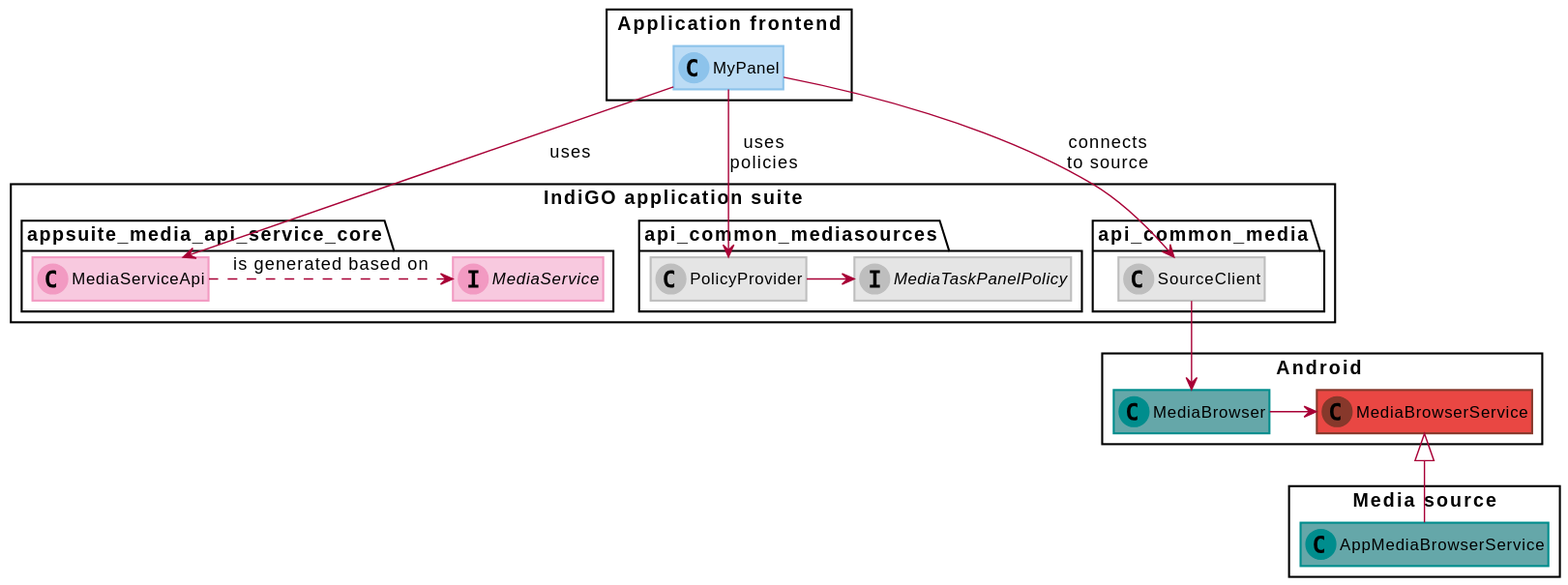
The PlantUML diagram docs/portal/src/documentation/development/platform-domains/images/media_domain-detailed-overview.svg in IngoHaumann-TomTom/tomtom-digital-cockpit-sdk-examples, before a commit.
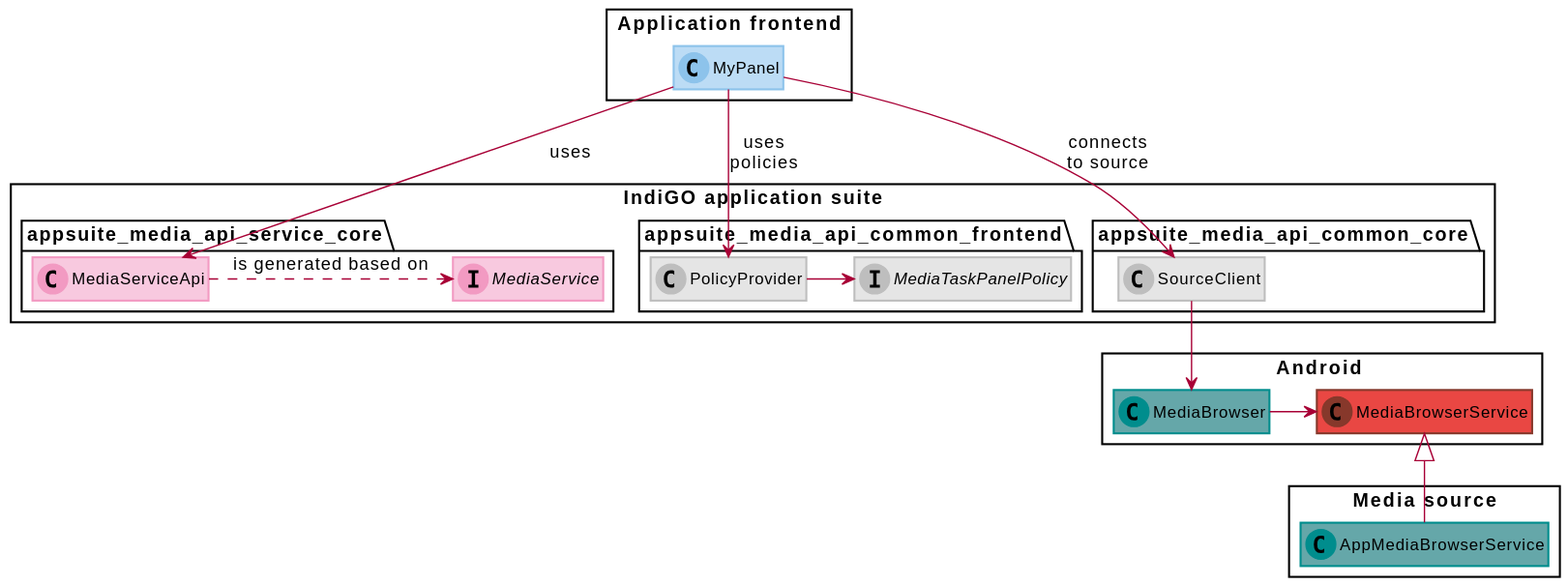
After the change.

Commit message:
Merged PR 18173: IVI-4466: Intake moving of media modules

Change to the diagram source:
```diff
@@ -12,11 +12,11 @@
 
         MediaServiceApi .> MediaService: is generated based on
     }
-    package "api_common_media" {
+    package "appsuite_media_api_common_core" {
         class SourceClient<<Api>>
     }
 
-    package "api_common_mediasources" {
+    package "appsuite_media_api_common_frontend" {
         class PolicyProvider<<Api>>
         interface MediaTaskPanelPolicy<<Api>>
     }
```
